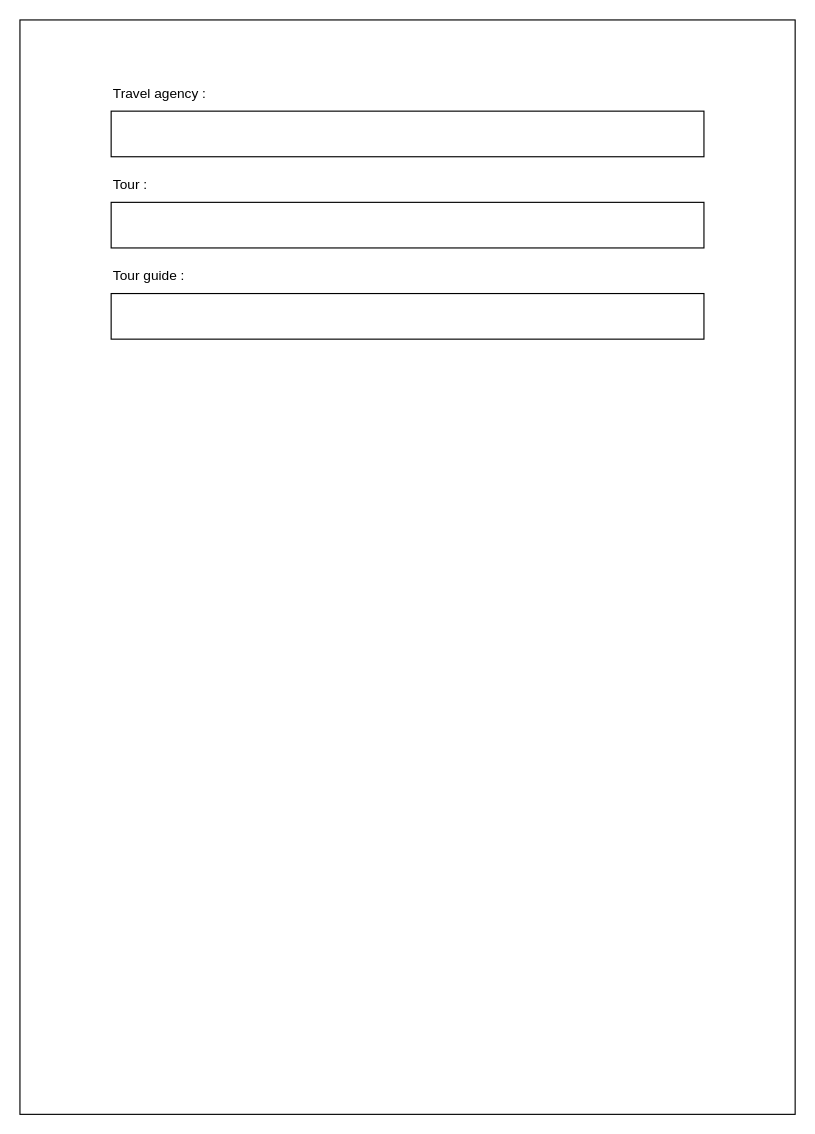
Earlier version of the draw.io diagram TA/TA.drawio (Vinceliao999/Documents). Source tidied: cells renumbered, new cells numbered last; positions are measured from the earlier drawing's top-left corner, leaving out a move shared by most shapes. Both pictures are drawn from the tidied source at 114%, with x=0, y=0 at pixel (19, 19).
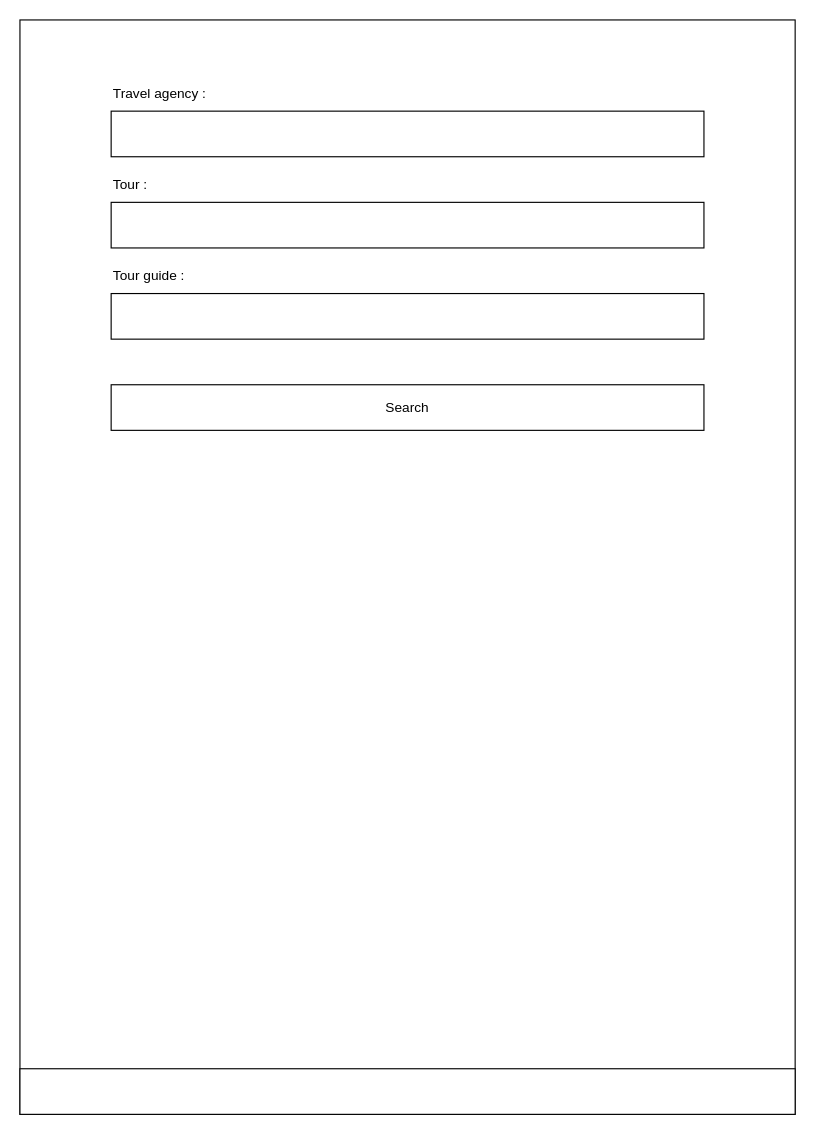
After the change.

What changed in the source:
```diff
@@
 <mxGraphModel>
   <root>
     <mxCell id="0" />
     <mxCell id="1" parent="0" />
     <mxCell id="2" style="rounded=0;whiteSpace=wrap;html=1;fillColor=none;" parent="1" vertex="1">
       <mxGeometry width="680" height="960" as="geometry" />
     </mxCell>
     <mxCell id="3" style="rounded=0;whiteSpace=wrap;html=1;" parent="1" vertex="1">
       <mxGeometry x="80" y="80" width="520" height="40" as="geometry" />
     </mxCell>
     <mxCell id="4" style="rounded=0;whiteSpace=wrap;html=1;" parent="1" vertex="1">
       <mxGeometry x="80" y="160" width="520" height="40" as="geometry" />
     </mxCell>
     <mxCell id="5" style="rounded=0;whiteSpace=wrap;html=1;" parent="1" vertex="1">
       <mxGeometry x="80" y="240" width="520" height="40" as="geometry" />
     </mxCell>
     <mxCell id="6" value="Travel agency :" style="text;html=1;align=left;verticalAlign=middle;whiteSpace=wrap;rounded=0;" parent="1" vertex="1">
       <mxGeometry x="80" y="50" width="190" height="30" as="geometry" />
     </mxCell>
     <mxCell id="7" value="Tour :" style="text;html=1;align=left;verticalAlign=middle;whiteSpace=wrap;rounded=0;" parent="1" vertex="1">
       <mxGeometry x="80" y="130" width="190" height="30" as="geometry" />
     </mxCell>
     <mxCell id="8" value="Tour guide :" style="text;html=1;align=left;verticalAlign=middle;whiteSpace=wrap;rounded=0;" parent="1" vertex="1">
       <mxGeometry x="80" y="210" width="190" height="30" as="geometry" />
     </mxCell>
+    <mxCell id="9" value="Search" style="rounded=0;whiteSpace=wrap;html=1;" parent="1" vertex="1">
+      <mxGeometry x="80" y="320" width="520" height="40" as="geometry" />
+    </mxCell>
+    <mxCell id="10" style="rounded=0;whiteSpace=wrap;html=1;" parent="1" vertex="1">
+      <mxGeometry y="920" width="680" height="40" as="geometry" />
+    </mxCell>
   </root>
 </mxGraphModel>
```
